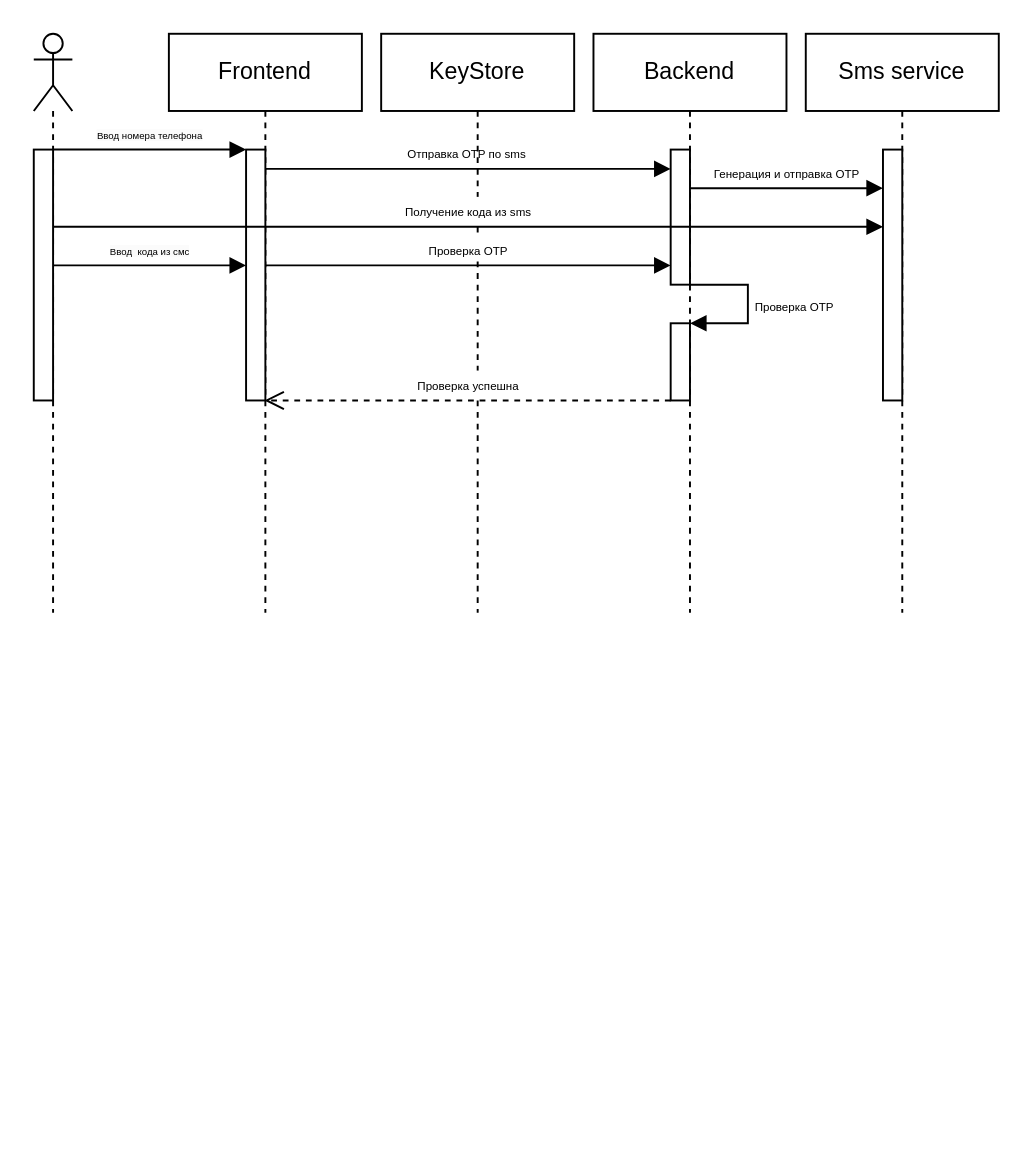
Before: Untitled Diagram.drawio in kirill-misiuk/training_holded_integration, a draw.io diagram. Source tidied: cells renumbered, new cells numbered last; positions are measured from the earlier drawing's top-left corner, leaving out a move shared by most shapes. Both pictures are drawn from the tidied source at 193%, with x=0, y=0 at pixel (33, 33).
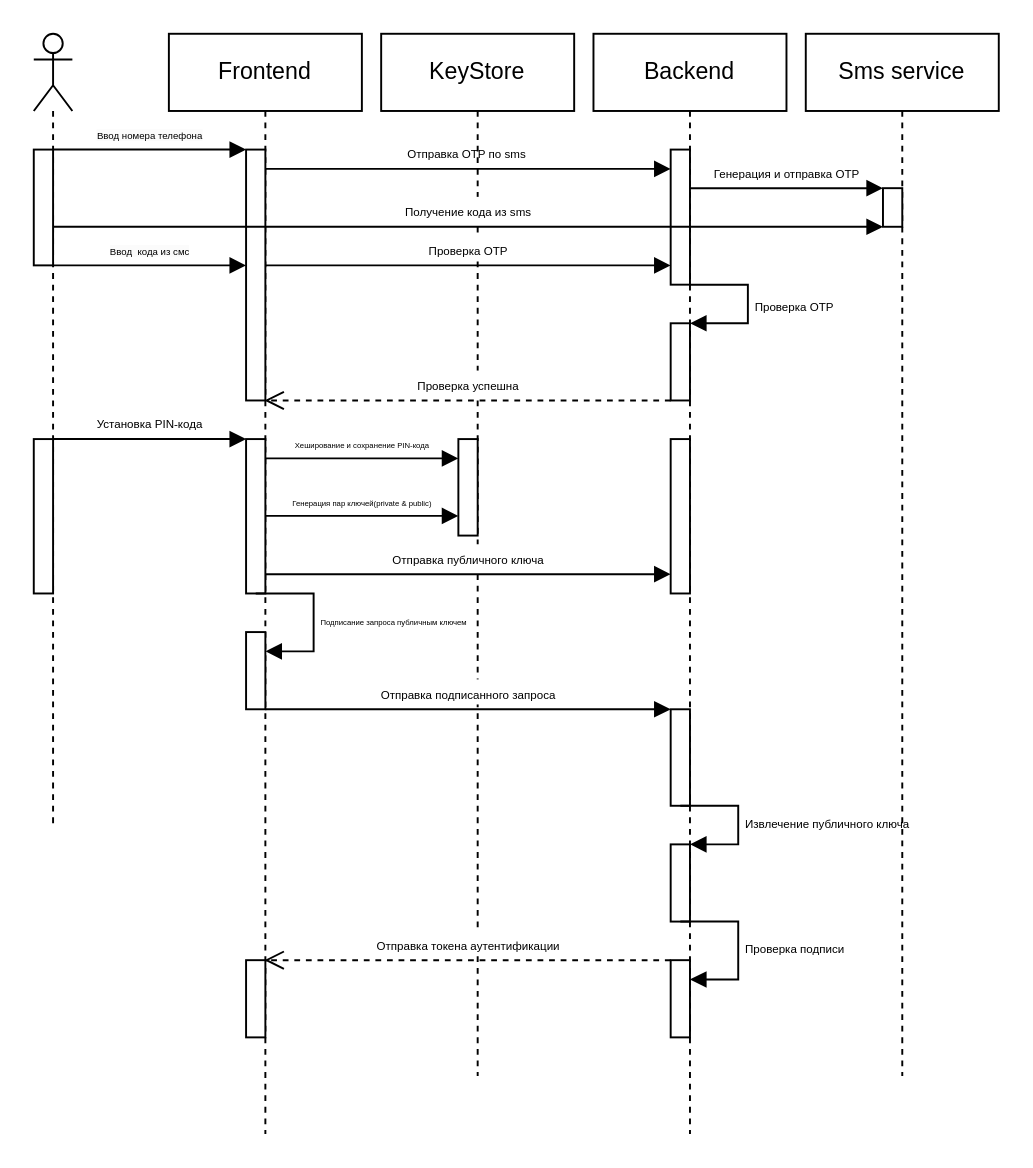
The same diagram, later.

The edit, as a diff of the source:
```diff
@@
     <mxCell id="2" style="shape=umlLifeline;perimeter=lifelinePerimeter;whiteSpace=wrap;html=1;newEdgeStyle={&quot;curved&quot;:0,&quot;rounded&quot;:0};participant=umlActor;" parent="1" vertex="1">
-      <mxGeometry width="20" height="300" as="geometry" />
+      <mxGeometry width="20" height="410" as="geometry" />
     </mxCell>
     <mxCell id="3" style="html=1;perimeter=orthogonalPerimeter;targetShapes=umlLifeline;newEdgeStyle={&quot;curved&quot;:0,&quot;rounded&quot;:0};" parent="2" vertex="1">
-      <mxGeometry y="60" width="10" height="130" as="geometry" />
+      <mxGeometry y="60" width="10" height="60" as="geometry" />
     </mxCell>
     <mxCell id="4" value="Frontend" style="shape=umlLifeline;perimeter=lifelinePerimeter;whiteSpace=wrap;html=1;outlineConnect=0;portConstraint=eastwest;newEdgeStyle={&quot;edgeStyle&quot;:&quot;elbowEdgeStyle&quot;,&quot;elbow&quot;:&quot;vertical&quot;,&quot;curved&quot;:0,&quot;rounded&quot;:0};" parent="1" vertex="1">
-      <mxGeometry x="70" width="100" height="300" as="geometry" />
+      <mxGeometry x="70" width="100" height="570" as="geometry" />
     </mxCell>
@@
+    <mxCell id="20" style="html=1;points=[[0,0,0,0,5],[0,1,0,0,-5],[1,0,0,0,5],[1,1,0,0,-5]];perimeter=orthogonalPerimeter;outlineConnect=0;targetShapes=umlLifeline;portConstraint=eastwest;newEdgeStyle={&quot;curved&quot;:0,&quot;rounded&quot;:0};" parent="4" vertex="1">
+      <mxGeometry x="40" y="210" width="10" height="80" as="geometry" />
+    </mxCell>
+    <mxCell id="21" style="html=1;points=[[0,0,0,0,5],[0,1,0,0,-5],[1,0,0,0,5],[1,1,0,0,-5]];perimeter=orthogonalPerimeter;outlineConnect=0;targetShapes=umlLifeline;portConstraint=eastwest;newEdgeStyle={&quot;curved&quot;:0,&quot;rounded&quot;:0};" parent="4" vertex="1">
+      <mxGeometry x="40" y="310" width="10" height="40" as="geometry" />
+    </mxCell>
+    <mxCell id="22" value="&lt;font style=&quot;font-size: 4px;&quot;&gt;Подписание запроса публичным ключем&lt;/font&gt;" style="html=1;align=left;spacingLeft=2;endArrow=block;rounded=0;edgeStyle=orthogonalEdgeStyle;curved=0;rounded=0;" parent="4" edge="1" target="21">
+      <mxGeometry relative="1" as="geometry">
+        <mxPoint x="45" y="290" as="sourcePoint" />
+        <Array as="points">
+          <mxPoint x="75" y="320" />
+        </Array>
+      </mxGeometry>
+    </mxCell>
     <mxCell id="6" value="Backend" style="shape=umlLifeline;perimeter=lifelinePerimeter;whiteSpace=wrap;html=1;newEdgeStyle={&quot;edgeStyle&quot;:&quot;elbowEdgeStyle&quot;,&quot;elbow&quot;:&quot;vertical&quot;,&quot;curved&quot;:0,&quot;rounded&quot;:0};" parent="1" vertex="1">
-      <mxGeometry x="290" width="100" height="300" as="geometry" />
+      <mxGeometry x="290" width="100" height="570" as="geometry" />
     </mxCell>
@@
+    <mxCell id="23" style="html=1;perimeter=orthogonalPerimeter;targetShapes=umlLifeline;newEdgeStyle={&quot;curved&quot;:0,&quot;rounded&quot;:0};" parent="6" vertex="1">
+      <mxGeometry x="40" y="210" width="10" height="80" as="geometry" />
+    </mxCell>
+    <mxCell id="24" style="html=1;points=[[0,0,0,0,5],[0,1,0,0,-5],[1,0,0,0,5],[1,1,0,0,-5]];perimeter=orthogonalPerimeter;outlineConnect=0;targetShapes=umlLifeline;portConstraint=eastwest;newEdgeStyle={&quot;curved&quot;:0,&quot;rounded&quot;:0};" parent="6" vertex="1">
+      <mxGeometry x="40" y="350" width="10" height="50" as="geometry" />
+    </mxCell>
+    <mxCell id="25" style="html=1;points=[[0,0,0,0,5],[0,1,0,0,-5],[1,0,0,0,5],[1,1,0,0,-5]];perimeter=orthogonalPerimeter;outlineConnect=0;targetShapes=umlLifeline;portConstraint=eastwest;newEdgeStyle={&quot;curved&quot;:0,&quot;rounded&quot;:0};" parent="6" vertex="1">
+      <mxGeometry x="40" y="420" width="10" height="40" as="geometry" />
+    </mxCell>
+    <mxCell id="26" value="&lt;font style=&quot;font-size: 6px;&quot;&gt;Извлечение публичного ключа&lt;/font&gt;" style="html=1;align=left;spacingLeft=2;endArrow=block;rounded=0;edgeStyle=orthogonalEdgeStyle;curved=0;rounded=0;" parent="6" edge="1" target="25">
+      <mxGeometry relative="1" as="geometry">
+        <mxPoint x="45" y="400" as="sourcePoint" />
+        <Array as="points">
+          <mxPoint x="75" y="400" />
+          <mxPoint x="75" y="420" />
+        </Array>
+      </mxGeometry>
+    </mxCell>
+    <mxCell id="27" style="html=1;points=[[0,0,0,0,5],[0,1,0,0,-5],[1,0,0,0,5],[1,1,0,0,-5]];perimeter=orthogonalPerimeter;outlineConnect=0;targetShapes=umlLifeline;portConstraint=eastwest;newEdgeStyle={&quot;curved&quot;:0,&quot;rounded&quot;:0};" parent="6" vertex="1">
+      <mxGeometry x="40" y="480" width="10" height="40" as="geometry" />
+    </mxCell>
+    <mxCell id="28" value="&lt;font style=&quot;font-size: 6px;&quot;&gt;Проверка подписи&lt;/font&gt;" style="html=1;align=left;spacingLeft=2;endArrow=block;rounded=0;edgeStyle=orthogonalEdgeStyle;curved=0;rounded=0;" parent="6" edge="1" target="27">
+      <mxGeometry relative="1" as="geometry">
+        <mxPoint x="45" y="460" as="sourcePoint" />
+        <Array as="points">
+          <mxPoint x="75" y="490" />
+        </Array>
+      </mxGeometry>
+    </mxCell>
@@
     <mxCell id="12" value="KeyStore" style="shape=umlLifeline;perimeter=lifelinePerimeter;whiteSpace=wrap;html=1;newEdgeStyle={&quot;curved&quot;:0,&quot;rounded&quot;:0};" parent="1" vertex="1">
-      <mxGeometry x="180" width="100" height="300" as="geometry" />
+      <mxGeometry x="180" width="100" height="540" as="geometry" />
     </mxCell>
+    <mxCell id="29" style="html=1;points=[[0,0,0,0,5],[0,1,0,0,-5],[1,0,0,0,5],[1,1,0,0,-5]];perimeter=orthogonalPerimeter;outlineConnect=0;targetShapes=umlLifeline;portConstraint=eastwest;newEdgeStyle={&quot;curved&quot;:0,&quot;rounded&quot;:0};" parent="12" vertex="1">
+      <mxGeometry x="40" y="210" width="10" height="50" as="geometry" />
+    </mxCell>
@@
     <mxCell id="14" value="Sms service" style="shape=umlLifeline;perimeter=lifelinePerimeter;whiteSpace=wrap;html=1;newEdgeStyle={&quot;curved&quot;:0,&quot;rounded&quot;:0};" parent="1" vertex="1">
-      <mxGeometry x="400" width="100" height="300" as="geometry" />
+      <mxGeometry x="400" width="100" height="540" as="geometry" />
     </mxCell>
     <mxCell id="15" style="html=1;points=[[0,0,0,0,5],[0,1,0,0,-5],[1,0,0,0,5],[1,1,0,0,-5]];perimeter=orthogonalPerimeter;outlineConnect=0;targetShapes=umlLifeline;portConstraint=eastwest;newEdgeStyle={&quot;curved&quot;:0,&quot;rounded&quot;:0};" parent="14" vertex="1">
-      <mxGeometry x="40" y="60" width="10" height="130" as="geometry" />
+      <mxGeometry x="40" y="80" width="10" height="20" as="geometry" />
     </mxCell>
@@
+    <mxCell id="30" style="html=1;perimeter=orthogonalPerimeter;targetShapes=umlLifeline;newEdgeStyle={&quot;curved&quot;:0,&quot;rounded&quot;:0};" parent="1" vertex="1">
+      <mxGeometry y="210" width="10" height="80" as="geometry" />
+    </mxCell>
+    <mxCell id="31" value="&lt;font style=&quot;font-size: 6px;&quot;&gt;Установка PIN-кода&lt;/font&gt;" style="html=1;verticalAlign=bottom;endArrow=block;curved=0;rounded=0;" parent="1" edge="1" target="20">
+      <mxGeometry relative="1" as="geometry">
+        <mxPoint x="10" y="210" as="sourcePoint" />
+      </mxGeometry>
+    </mxCell>
+    <mxCell id="32" value="&lt;font style=&quot;font-size: 4px;&quot;&gt;Хеширование и сохранение PIN-кода&lt;/font&gt;" style="html=1;verticalAlign=bottom;endArrow=block;curved=0;rounded=0;" parent="1" edge="1" target="29">
+      <mxGeometry relative="1" as="geometry">
+        <mxPoint x="120" y="220" as="sourcePoint" />
+      </mxGeometry>
+    </mxCell>
+    <mxCell id="33" value="&lt;font style=&quot;font-size: 4px;&quot;&gt;Генерация пар ключей(private &amp;amp; public)&lt;/font&gt;" style="html=1;verticalAlign=bottom;endArrow=block;curved=0;rounded=0;" parent="1" edge="1" target="29">
+      <mxGeometry relative="1" as="geometry">
+        <mxPoint x="120" y="249.8" as="sourcePoint" />
+      </mxGeometry>
+    </mxCell>
+    <mxCell id="34" value="&lt;font style=&quot;font-size: 6px;&quot;&gt;Отправка публичного ключа&lt;/font&gt;" style="html=1;verticalAlign=bottom;endArrow=block;curved=0;rounded=0;" parent="1" edge="1">
+      <mxGeometry relative="1" as="geometry">
+        <mxPoint x="120" y="280" as="sourcePoint" />
+        <mxPoint x="330" y="280" as="targetPoint" />
+        <Array as="points">
+          <mxPoint x="260" y="280" />
+        </Array>
+      </mxGeometry>
+    </mxCell>
+    <mxCell id="35" value="&lt;font style=&quot;font-size: 6px;&quot;&gt;Отправка подписанного запроса&lt;/font&gt;" style="html=1;verticalAlign=bottom;endArrow=block;curved=0;rounded=0;" parent="1" edge="1" target="24">
+      <mxGeometry relative="1" as="geometry">
+        <mxPoint x="120" y="350" as="sourcePoint" />
+      </mxGeometry>
+    </mxCell>
+    <mxCell id="36" value="&lt;font style=&quot;font-size: 6px;&quot;&gt;Отправка токена аутентификации&lt;/font&gt;" style="html=1;verticalAlign=bottom;endArrow=open;dashed=1;endSize=8;curved=0;rounded=0;" parent="1" edge="1" target="4">
+      <mxGeometry relative="1" as="geometry">
+        <mxPoint x="330" y="480" as="sourcePoint" />
+      </mxGeometry>
+    </mxCell>
+    <mxCell id="37" style="html=1;perimeter=orthogonalPerimeter;targetShapes=umlLifeline;newEdgeStyle={&quot;curved&quot;:0,&quot;rounded&quot;:0};" parent="1" vertex="1">
+      <mxGeometry x="110" y="480" width="10" height="40" as="geometry" />
+    </mxCell>
```
